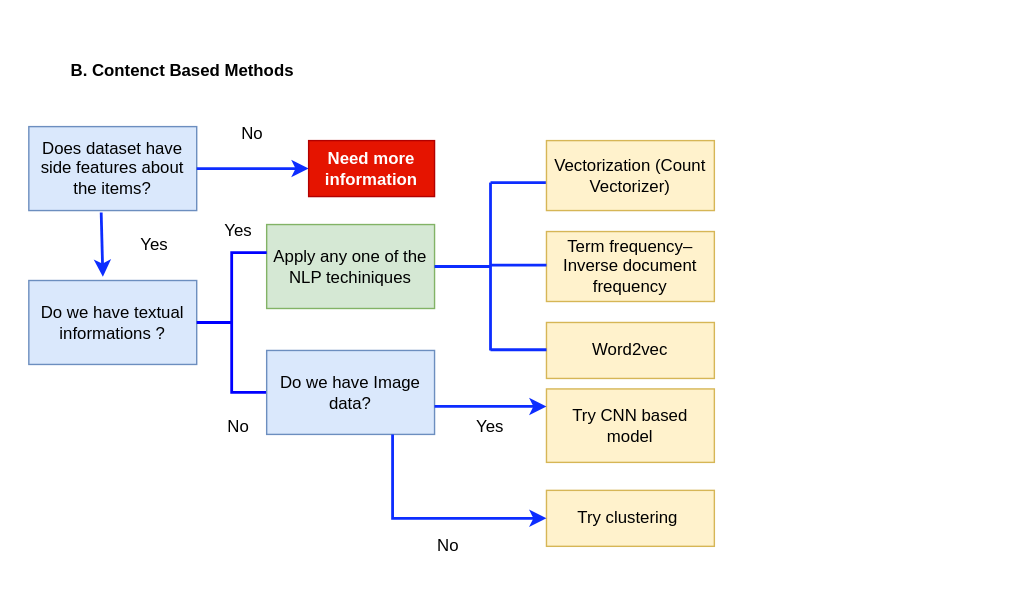
csekankan/MTP-Recommender keeps this draw.io diagram as images/contant based method.svg. Above is the earlier version. Source tidied: cells renumbered, new cells last; positions are measured from the earlier drawing's top-left corner, leaving out a move shared by most shapes.
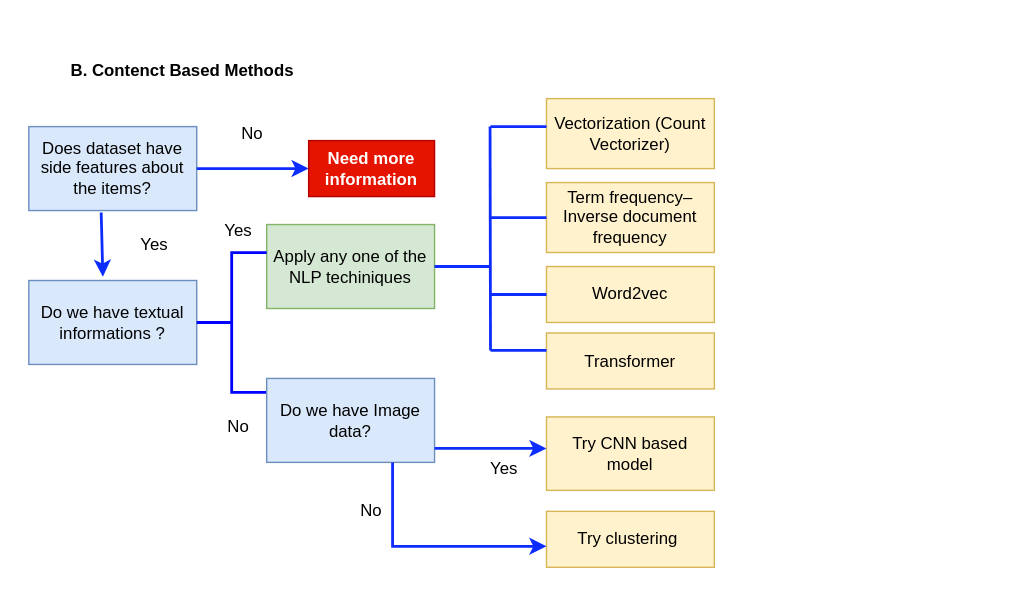
After the commit.

Diff of the diagram source:
```diff
@@ -27,7 +27,7 @@
       <mxGeometry x="190" y="160" width="120" height="60" as="geometry" />
     </mxCell>
     <mxCell id="10" value="Try clustering&amp;nbsp;" style="rounded=0;whiteSpace=wrap;html=1;fillColor=#fff2cc;strokeColor=#d6b656;" parent="1" vertex="1">
-      <mxGeometry x="390" y="350" width="120" height="40" as="geometry" />
+      <mxGeometry x="390" y="365" width="120" height="40" as="geometry" />
     </mxCell>
     <mxCell id="11" style="endArrow=classic;html=1;rounded=0;strokeColor=#0D2DFF;strokeWidth=2;exitX=0.431;exitY=1.023;exitDx=0;exitDy=0;exitPerimeter=0;entryX=0.441;entryY=-0.045;entryDx=0;entryDy=0;entryPerimeter=0;" parent="1" edge="1" source="4" target="8">
       <mxGeometry relative="1" as="geometry" />
@@ -39,7 +39,7 @@
       <mxGeometry x="140" y="180" width="50" height="100" as="geometry" />
     </mxCell>
     <mxCell id="14" value="No" style="text;html=1;strokeColor=none;fillColor=none;align=center;verticalAlign=middle;whiteSpace=wrap;rounded=0;fontSize=12;" parent="1" vertex="1">
-      <mxGeometry x="290" y="375" width="60" height="30" as="geometry" />
+      <mxGeometry x="235" y="350" width="60" height="30" as="geometry" />
     </mxCell>
     <mxCell id="15" value="Yes" style="text;html=1;strokeColor=none;fillColor=none;align=center;verticalAlign=middle;whiteSpace=wrap;rounded=0;fontSize=12;" parent="1" vertex="1">
       <mxGeometry x="140" y="150" width="60" height="30" as="geometry" />
@@ -49,47 +49,38 @@
         <mxPoint x="350" y="190" as="targetPoint" />
       </mxGeometry>
     </mxCell>
-    <mxCell id="17" style="endArrow=none;html=1;rounded=0;fontSize=12;strokeColor=#0D2DFF;strokeWidth=2;" parent="1" edge="1">
+    <mxCell id="17" style="endArrow=none;html=1;rounded=0;fontSize=12;strokeColor=#0D2DFF;strokeWidth=2;entryX=0.479;entryY=0.214;entryDx=0;entryDy=0;entryPerimeter=0;" parent="1" edge="1" target="2">
       <mxGeometry relative="1" as="geometry">
         <mxPoint x="350" y="250" as="sourcePoint" />
-        <mxPoint x="350" y="130" as="targetPoint" />
       </mxGeometry>
     </mxCell>
-    <mxCell id="18" style="endArrow=none;html=1;rounded=0;fontSize=12;strokeColor=#0D2DFF;strokeWidth=2;" parent="1" edge="1">
-      <mxGeometry relative="1" as="geometry">
-        <mxPoint x="350" y="130" as="sourcePoint" />
-        <mxPoint x="390" y="130" as="targetPoint" />
-      </mxGeometry>
-    </mxCell>
     <mxCell id="19" value="Vectorization (Count Vectorizer)" style="rounded=0;whiteSpace=wrap;html=1;fontSize=12;strokeColor=#d6b656;fillColor=#fff2cc;" parent="1" vertex="1">
-      <mxGeometry x="390" y="100" width="120" height="50" as="geometry" />
+      <mxGeometry x="390" y="70" width="120" height="50" as="geometry" />
     </mxCell>
     <mxCell id="20" value="Term frequency–Inverse document frequency" style="rounded=0;whiteSpace=wrap;html=1;fontSize=12;strokeColor=#d6b656;fillColor=#fff2cc;" parent="1" vertex="1">
-      <mxGeometry x="390" y="165" width="120" height="50" as="geometry" />
+      <mxGeometry x="390" y="130" width="120" height="50" as="geometry" />
     </mxCell>
     <mxCell id="21" value="Word2vec" style="rounded=0;whiteSpace=wrap;html=1;fontSize=12;strokeColor=#d6b656;fillColor=#fff2cc;" parent="1" vertex="1">
-      <mxGeometry x="390" y="230" width="120" height="40" as="geometry" />
+      <mxGeometry x="390" y="190" width="120" height="40" as="geometry" />
     </mxCell>
-    <mxCell id="22" style="endArrow=none;html=1;rounded=0;fontSize=12;strokeColor=#0D2DFF;strokeWidth=2;" parent="1" edge="1">
+    <mxCell id="22" style="endArrow=none;html=1;rounded=0;fontSize=12;strokeColor=#0D2DFF;strokeWidth=2;entryX=0;entryY=0.5;entryDx=0;entryDy=0;" parent="1" edge="1" target="20">
       <mxGeometry relative="1" as="geometry">
-        <mxPoint x="350" y="189" as="sourcePoint" />
-        <mxPoint x="390" y="189" as="targetPoint" />
+        <mxPoint x="350" y="155" as="sourcePoint" />
       </mxGeometry>
     </mxCell>
-    <mxCell id="23" style="endArrow=none;html=1;rounded=0;fontSize=12;strokeColor=#0D2DFF;strokeWidth=2;" parent="1" edge="1">
+    <mxCell id="23" style="endArrow=none;html=1;rounded=0;fontSize=12;strokeColor=#0D2DFF;strokeWidth=2;entryX=0;entryY=0.5;entryDx=0;entryDy=0;" parent="1" edge="1" target="21">
       <mxGeometry relative="1" as="geometry">
-        <mxPoint x="350" y="249.5" as="sourcePoint" />
-        <mxPoint x="390" y="249.5" as="targetPoint" />
+        <mxPoint x="350" y="210" as="sourcePoint" />
       </mxGeometry>
     </mxCell>
     <mxCell id="24" value="Do we have Image data?" style="rounded=0;whiteSpace=wrap;html=1;fillColor=#dae8fc;strokeColor=#6c8ebf;" parent="1" vertex="1">
-      <mxGeometry x="190" y="250" width="120" height="60" as="geometry" />
+      <mxGeometry x="190" y="270" width="120" height="60" as="geometry" />
     </mxCell>
     <mxCell id="25" style="endArrow=classic;html=1;rounded=0;exitX=0.75;exitY=1;exitDx=0;exitDy=0;strokeColor=#0D2DFF;strokeWidth=2;" parent="1" edge="1" source="24">
       <mxGeometry relative="1" as="geometry">
-        <mxPoint x="390" y="370" as="targetPoint" />
+        <mxPoint x="390" y="390" as="targetPoint" />
         <Array as="points">
-          <mxPoint x="280" y="370" />
+          <mxPoint x="280" y="390" />
         </Array>
       </mxGeometry>
     </mxCell>
@@ -97,16 +88,30 @@
       <mxGeometry x="140" y="290" width="60" height="30" as="geometry" />
     </mxCell>
     <mxCell id="27" value="Try CNN based model" style="rounded=0;whiteSpace=wrap;html=1;fontSize=12;strokeColor=#d6b656;fillColor=#fff2cc;" parent="1" vertex="1">
-      <mxGeometry x="390" y="277.5" width="120" height="52.5" as="geometry" />
+      <mxGeometry x="390" y="297.5" width="120" height="52.5" as="geometry" />
     </mxCell>
-    <mxCell id="28" style="endArrow=classic;html=1;rounded=0;strokeColor=#0D2DFF;strokeWidth=2;" parent="1" edge="1">
+    <mxCell id="28" style="endArrow=classic;html=1;rounded=0;strokeColor=#0D2DFF;strokeWidth=2;entryX=1;entryY=0;entryDx=0;entryDy=0;" parent="1" edge="1" target="29">
       <mxGeometry relative="1" as="geometry">
-        <mxPoint x="310" y="290" as="sourcePoint" />
-        <mxPoint x="390" y="290" as="targetPoint" />
+        <mxPoint x="310" y="320" as="sourcePoint" />
       </mxGeometry>
     </mxCell>
     <mxCell id="29" value="Yes" style="text;html=1;strokeColor=none;fillColor=none;align=center;verticalAlign=middle;whiteSpace=wrap;rounded=0;" parent="1" vertex="1">
-      <mxGeometry x="320" y="290" width="60" height="30" as="geometry" />
+      <mxGeometry x="330" y="320" width="60" height="30" as="geometry" />
     </mxCell>
+    <mxCell id="30" style="endArrow=none;html=1;rounded=0;strokeColor=#0D2DFF;strokeWidth=2;fontSize=22;" parent="1" edge="1">
+      <mxGeometry relative="1" as="geometry">
+        <mxPoint x="350" y="90" as="sourcePoint" />
+        <mxPoint x="390" y="90" as="targetPoint" />
+      </mxGeometry>
+    </mxCell>
+    <mxCell id="31" value="Transformer" style="rounded=0;whiteSpace=wrap;html=1;fontSize=12;strokeColor=#d6b656;fillColor=#fff2cc;" parent="1" vertex="1">
+      <mxGeometry x="390" y="237.5" width="120" height="40" as="geometry" />
+    </mxCell>
+    <mxCell id="32" style="endArrow=none;html=1;rounded=0;strokeColor=#0D2DFF;strokeWidth=2;fontSize=22;" parent="1" edge="1">
+      <mxGeometry relative="1" as="geometry">
+        <mxPoint x="350" y="250" as="sourcePoint" />
+        <mxPoint x="390" y="250" as="targetPoint" />
+      </mxGeometry>
+    </mxCell>
   </root>
 </mxGraphModel>
```
